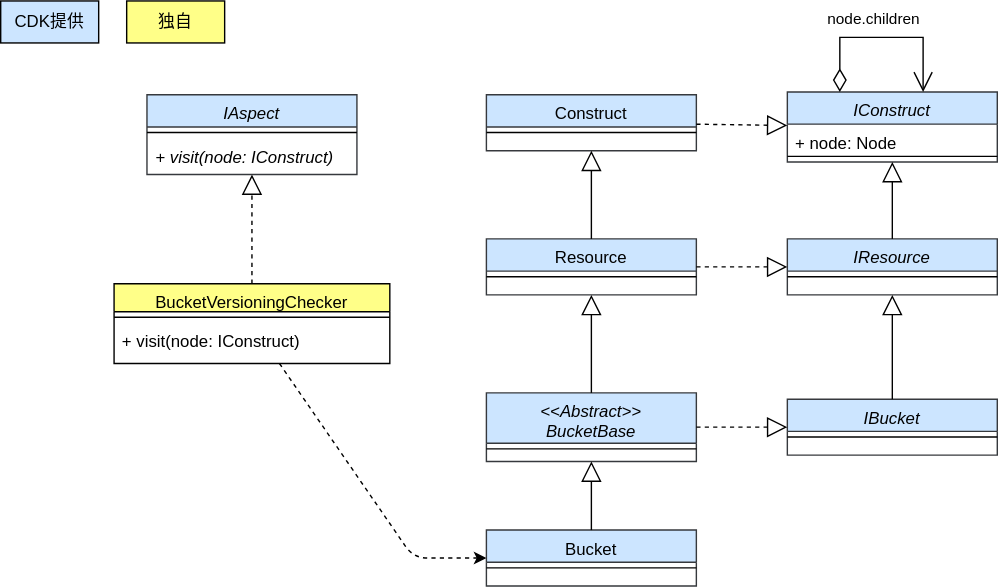
Earlier version of the draw.io export drawio/visitor/visitor-cdk.drawio.svg (go-to-k/cdk-gof-design-pattern). Source tidied: cells renumbered, new cells last; positions are measured from the earlier drawing's top-left corner, leaving out a move shared by most shapes.
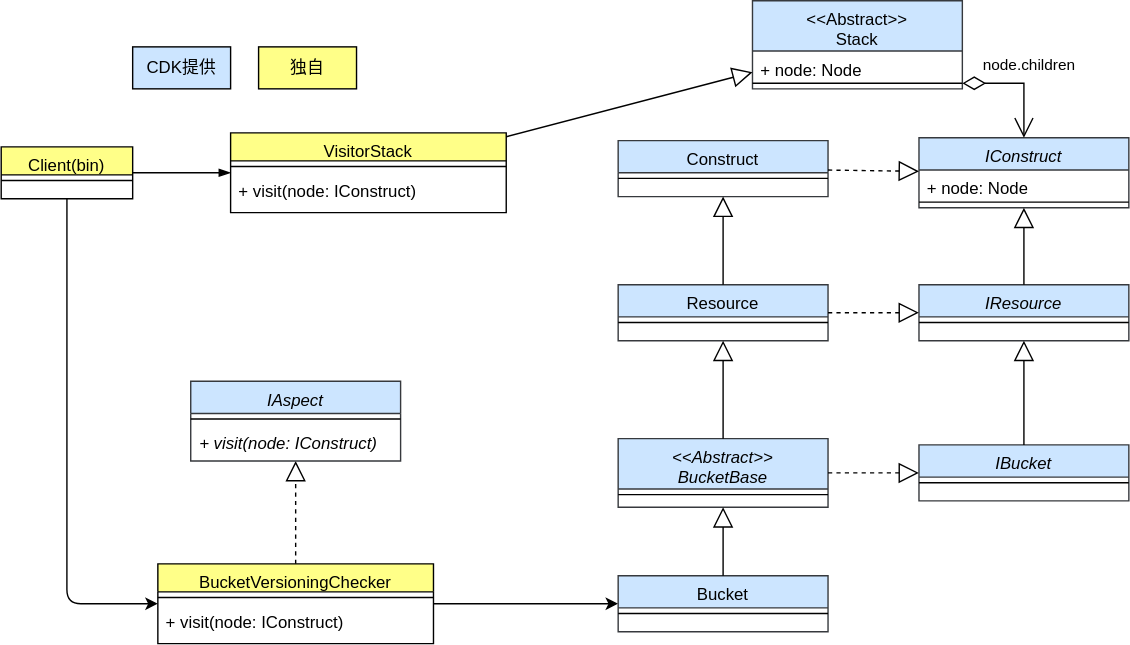
Later version of the same file.

Commit message:
update visitor diagrams and codes

Change to the diagram source:
```diff
@@ -8,15 +8,11 @@
     <mxCell id="3" value="CDK提供" style="rounded=0;whiteSpace=wrap;html=1;fillColor=#cce5ff;strokeColor=#000000;fontColor=#000000;" parent="1" vertex="1">
       <mxGeometry width="70" height="30" as="geometry" />
     </mxCell>
-    <mxCell id="4" style="edgeStyle=none;html=1;dashed=1;strokeColor=#000000;" parent="1" edge="1" source="5" target="14">
-      <mxGeometry relative="1" as="geometry">
-        <Array as="points">
-          <mxPoint x="295" y="398" />
-        </Array>
-      </mxGeometry>
+    <mxCell id="4" style="edgeStyle=none;html=1;strokeColor=#000000;" parent="1" edge="1" source="5" target="14">
+      <mxGeometry relative="1" as="geometry" />
     </mxCell>
     <mxCell id="5" value="BucketVersioningChecker" style="swimlane;fontStyle=0;align=center;verticalAlign=top;horizontal=1;startSize=20;rounded=0;shadow=0;strokeWidth=1;fillColor=#ffff88;strokeColor=#000000;fontColor=#000000;" parent="1" vertex="1">
-      <mxGeometry x="81" y="202" width="197" height="57" as="geometry" />
+      <mxGeometry x="18" y="369.5" width="197" height="57" as="geometry" />
     </mxCell>
     <mxCell id="6" style="line;html=1;strokeWidth=1;align=left;verticalAlign=middle;spacingTop=-1;spacingLeft=3;spacingRight=3;labelPosition=right;fontColor=#000000;strokeColor=#000000;" parent="5" vertex="1">
       <mxGeometry y="20" width="197" height="8" as="geometry" />
@@ -28,7 +24,7 @@
       <mxGeometry relative="1" as="geometry" />
     </mxCell>
     <mxCell id="9" value="IAspect" style="swimlane;fontStyle=2;align=center;verticalAlign=top;horizontal=1;startSize=23;rounded=0;shadow=0;strokeWidth=1;fillColor=#cce5ff;strokeColor=#36393d;fontColor=#000000;" parent="1" vertex="1">
-      <mxGeometry x="104.5" y="67" width="150" height="57" as="geometry" />
+      <mxGeometry x="41.5" y="239" width="150" height="57" as="geometry" />
     </mxCell>
     <mxCell id="10" style="line;html=1;strokeWidth=1;align=left;verticalAlign=middle;spacingTop=-1;spacingLeft=3;spacingRight=3;labelPosition=right;fontColor=#000000;strokeColor=#000000;" parent="9" vertex="1">
       <mxGeometry y="23" width="150" height="8" as="geometry" />
@@ -105,14 +101,50 @@
     <mxCell id="34" style="endArrow=block;endFill=0;endSize=12;html=1;rounded=0;fontColor=#000000;strokeColor=#000000;dashed=1;" parent="1" edge="1" source="30" target="21">
       <mxGeometry relative="1" as="geometry" />
     </mxCell>
-    <mxCell id="35" value="node.children" style="endArrow=open;html=1;endSize=12;startArrow=diamondThin;startSize=14;startFill=0;edgeStyle=orthogonalEdgeStyle;align=left;verticalAlign=bottom;rounded=0;fontColor=#000000;strokeColor=#000000;labelBackgroundColor=none;exitX=0.25;exitY=0;exitDx=0;exitDy=0;" parent="1" edge="1" source="21" target="21">
+    <mxCell id="35" value="node.children" style="endArrow=open;html=1;endSize=12;startArrow=diamondThin;startSize=14;startFill=0;edgeStyle=orthogonalEdgeStyle;align=left;verticalAlign=bottom;rounded=0;fontColor=#000000;strokeColor=#000000;labelBackgroundColor=none;" parent="1" edge="1" source="43" target="21">
       <mxGeometry x="-0.43" y="12" relative="1" as="geometry">
         <Array as="points">
-          <mxPoint x="600" y="26" />
-          <mxPoint x="659" y="26" />
+          <mxPoint x="637" y="26" />
         </Array>
         <mxPoint x="-11" y="8" as="offset" />
       </mxGeometry>
     </mxCell>
+    <mxCell id="36" value="VisitorStack" style="swimlane;fontStyle=0;align=center;verticalAlign=top;horizontal=1;startSize=20;rounded=0;shadow=0;strokeWidth=1;fillColor=#ffff88;strokeColor=#000000;fontColor=#000000;" parent="1" vertex="1">
+      <mxGeometry x="70" y="61.5" width="197" height="57" as="geometry" />
+    </mxCell>
+    <mxCell id="37" style="line;html=1;strokeWidth=1;align=left;verticalAlign=middle;spacingTop=-1;spacingLeft=3;spacingRight=3;labelPosition=right;fontColor=#000000;strokeColor=#000000;" parent="36" vertex="1">
+      <mxGeometry y="20" width="197" height="8" as="geometry" />
+    </mxCell>
+    <mxCell id="38" value="+ visit(node: IConstruct)" style="text;strokeColor=none;fillColor=none;align=left;verticalAlign=top;spacingLeft=4;spacingRight=4;overflow=hidden;whiteSpace=wrap;html=1;fontColor=#000000;" parent="36" vertex="1">
+      <mxGeometry y="28" width="197" height="19" as="geometry" />
+    </mxCell>
+    <mxCell id="39" style="edgeStyle=none;html=1;strokeColor=#000000;endArrow=blockThin;endFill=1;" parent="1" edge="1" source="41" target="36">
+      <mxGeometry relative="1" as="geometry" />
+    </mxCell>
+    <mxCell id="40" style="edgeStyle=none;html=1;strokeColor=#000000;" parent="1" edge="1" source="41" target="5">
+      <mxGeometry relative="1" as="geometry">
+        <Array as="points">
+          <mxPoint x="-47" y="398" />
+        </Array>
+      </mxGeometry>
+    </mxCell>
+    <mxCell id="41" value="Client(bin)" style="swimlane;fontStyle=0;align=center;verticalAlign=top;horizontal=1;startSize=20;rounded=0;shadow=0;strokeWidth=1;fillColor=#ffff88;strokeColor=#000000;fontColor=#000000;" parent="1" vertex="1">
+      <mxGeometry x="-94" y="71.5" width="94" height="37" as="geometry" />
+    </mxCell>
+    <mxCell id="42" style="line;html=1;strokeWidth=1;align=left;verticalAlign=middle;spacingTop=-1;spacingLeft=3;spacingRight=3;labelPosition=right;fontColor=#000000;strokeColor=#000000;" parent="41" vertex="1">
+      <mxGeometry y="20" width="94" height="8" as="geometry" />
+    </mxCell>
+    <mxCell id="43" value="&lt;&lt;Abstract&gt;&gt;&#10;Stack" style="swimlane;fontStyle=0;align=center;verticalAlign=top;horizontal=1;startSize=36;rounded=0;shadow=0;strokeWidth=1;fillColor=#cce5ff;strokeColor=#36393d;fontColor=#000000;" parent="1" vertex="1">
+      <mxGeometry x="443" y="-33" width="150" height="63" as="geometry" />
+    </mxCell>
+    <mxCell id="44" value="+&amp;nbsp;node: Node" style="text;strokeColor=none;fillColor=none;align=left;verticalAlign=top;spacingLeft=4;spacingRight=4;overflow=hidden;whiteSpace=wrap;html=1;fontColor=#000000;" parent="43" vertex="1">
+      <mxGeometry y="36" width="150" height="19" as="geometry" />
+    </mxCell>
+    <mxCell id="45" style="line;html=1;strokeWidth=1;align=left;verticalAlign=middle;spacingTop=-1;spacingLeft=3;spacingRight=3;labelPosition=right;fontColor=#000000;strokeColor=#000000;" parent="43" vertex="1">
+      <mxGeometry y="55" width="150" height="8" as="geometry" />
+    </mxCell>
+    <mxCell id="46" style="endArrow=block;endFill=0;endSize=12;html=1;rounded=0;fontColor=#000000;strokeColor=#000000;" parent="1" edge="1" source="36" target="43">
+      <mxGeometry relative="1" as="geometry" />
+    </mxCell>
   </root>
 </mxGraphModel>
```
